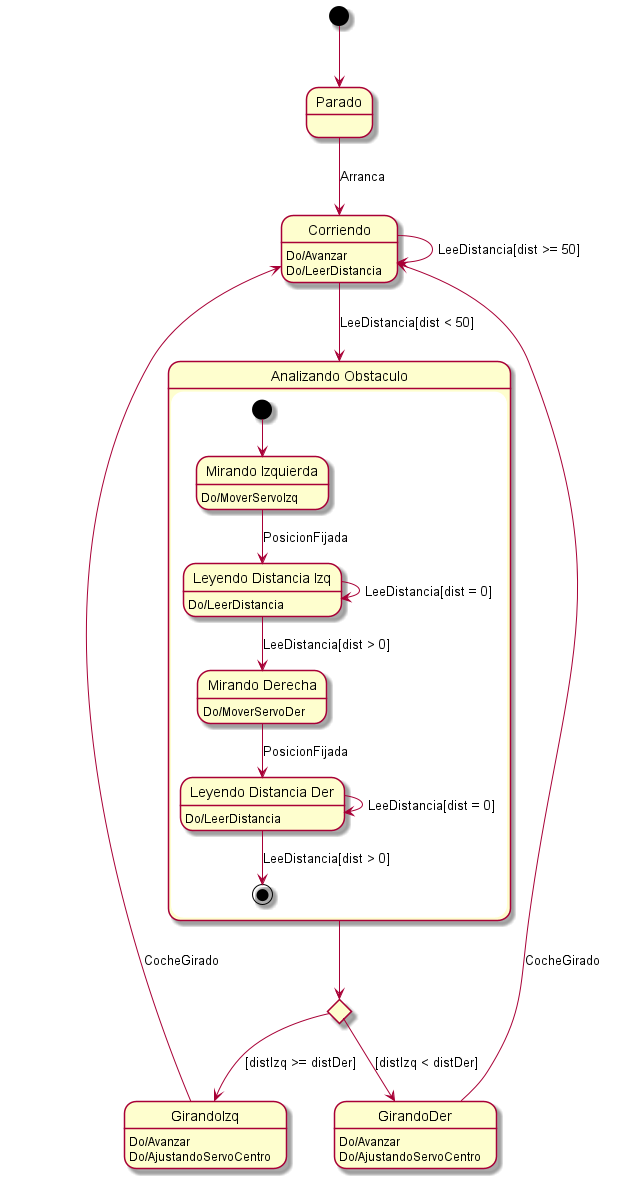
Above: src/state/Coche.png in Cavitedev/plantuml_examples (PlantUML), before the change.
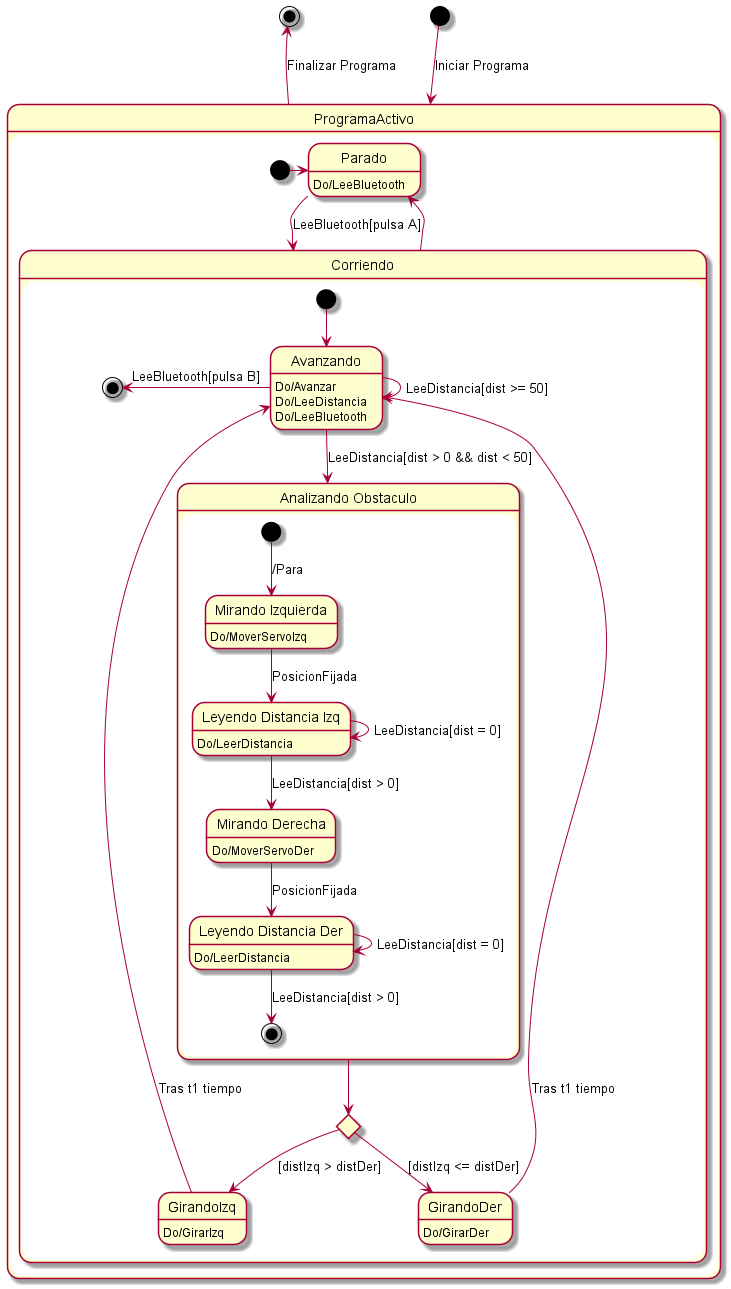
Later version of the same file.

Diff of the diagram source:
```diff
@@ -1,46 +1,56 @@
 @startuml
-[*] --> Parado
+[*] --> ProgramaActivo : Iniciar Programa
+ProgramaActivo -up-> [*] : Finalizar Programa
+state ProgramaActivo{
+state Parado
+Parado:Do/LeeBluetooth
+[*] -right-> Parado
 
-state Parado
 state Corriendo{
-Corriendo:Do/Avanzar
-Corriendo:Do/LeerDistancia
+    [*] --> Avanzando
+    Avanzando -left-> [*]: LeeBluetooth[pulsa B]
+
+    Avanzando:Do/Avanzar
+    Avanzando:Do/LeeDistancia
+    Avanzando:Do/LeeBluetooth
+
+    state Avanzando
+
+    state GirandoIzq
+    GirandoIzq:Do/GirarIzq
+    state GirandoDer
+    GirandoDer:Do/GirarDer
+
+    state "Analizando Obstaculo" as Obstaculo{
+      state "Mirando Izquierda" as Izq
+      state "Leyendo Distancia Izq" as DistIzq
+      state "Mirando Derecha" as Der
+      state "Leyendo Distancia Der" as DistDer
+
+      Izq:Do/MoverServoIzq
+      Der:Do/MoverServoDer
+      DistIzq:Do/LeerDistancia
+      DistDer:Do/LeerDistancia
+
+      [*] --> Izq : /Para
+      Izq --> DistIzq : PosicionFijada
+      DistIzq --> DistIzq : LeeDistancia[dist = 0]
+      DistIzq --> Der : LeeDistancia[dist > 0]
+      Der --> DistDer : PosicionFijada
+      DistDer --> DistDer : LeeDistancia[dist = 0]
+      DistDer --> [*] : LeeDistancia[dist > 0]
+    }
+    state DondeGirar <<choice>>
 }
-state DondeGirar <<choice>>
-
-state GirandoIzq
-GirandoIzq:Do/Avanzar
-GirandoIzq:Do/AjustandoServoCentro
-state GirandoDer
-GirandoDer:Do/Avanzar
-GirandoDer:Do/AjustandoServoCentro
-
-state "Analizando Obstaculo" as Obstaculo{
-  state "Mirando Izquierda" as Izq
-  state "Leyendo Distancia Izq" as DistIzq
-  state "Mirando Derecha" as Der
-  state "Leyendo Distancia Der" as DistDer
-
-  Izq:Do/MoverServoIzq
-  Der:Do/MoverServoDer
-  DistIzq:Do/LeerDistancia
-  DistDer:Do/LeerDistancia
-
-  [*] --> Izq
-  Izq --> DistIzq : PosicionFijada
-  DistIzq --> DistIzq : LeeDistancia[dist = 0]
-  DistIzq --> Der : LeeDistancia[dist > 0]
-  Der --> DistDer : PosicionFijada
-  DistDer --> DistDer : LeeDistancia[dist = 0]
-  DistDer --> [*] : LeeDistancia[dist > 0]
 }
-Parado --> Corriendo : Arranca
-Corriendo --> Corriendo : LeeDistancia[dist >= 50]
-Corriendo --> Obstaculo : LeeDistancia[dist < 50]
+Parado --> Corriendo : LeeBluetooth[pulsa A]
+Corriendo --> Parado
+Avanzando --> Avanzando : LeeDistancia[dist >= 50]
+Avanzando --> Obstaculo : LeeDistancia[dist > 0 && dist < 50]
 Obstaculo --> DondeGirar
-DondeGirar --> GirandoIzq : [distIzq >= distDer]
-DondeGirar --> GirandoDer : [distIzq < distDer]
-GirandoIzq --> Corriendo : CocheGirado
-GirandoDer --> Corriendo : CocheGirado
+DondeGirar --> GirandoIzq : [distIzq > distDer]
+DondeGirar --> GirandoDer : [distIzq <= distDer]
+GirandoIzq --> Avanzando : Tras t1 tiempo
+GirandoDer --> Avanzando : Tras t1 tiempo
 
 @enduml
```
